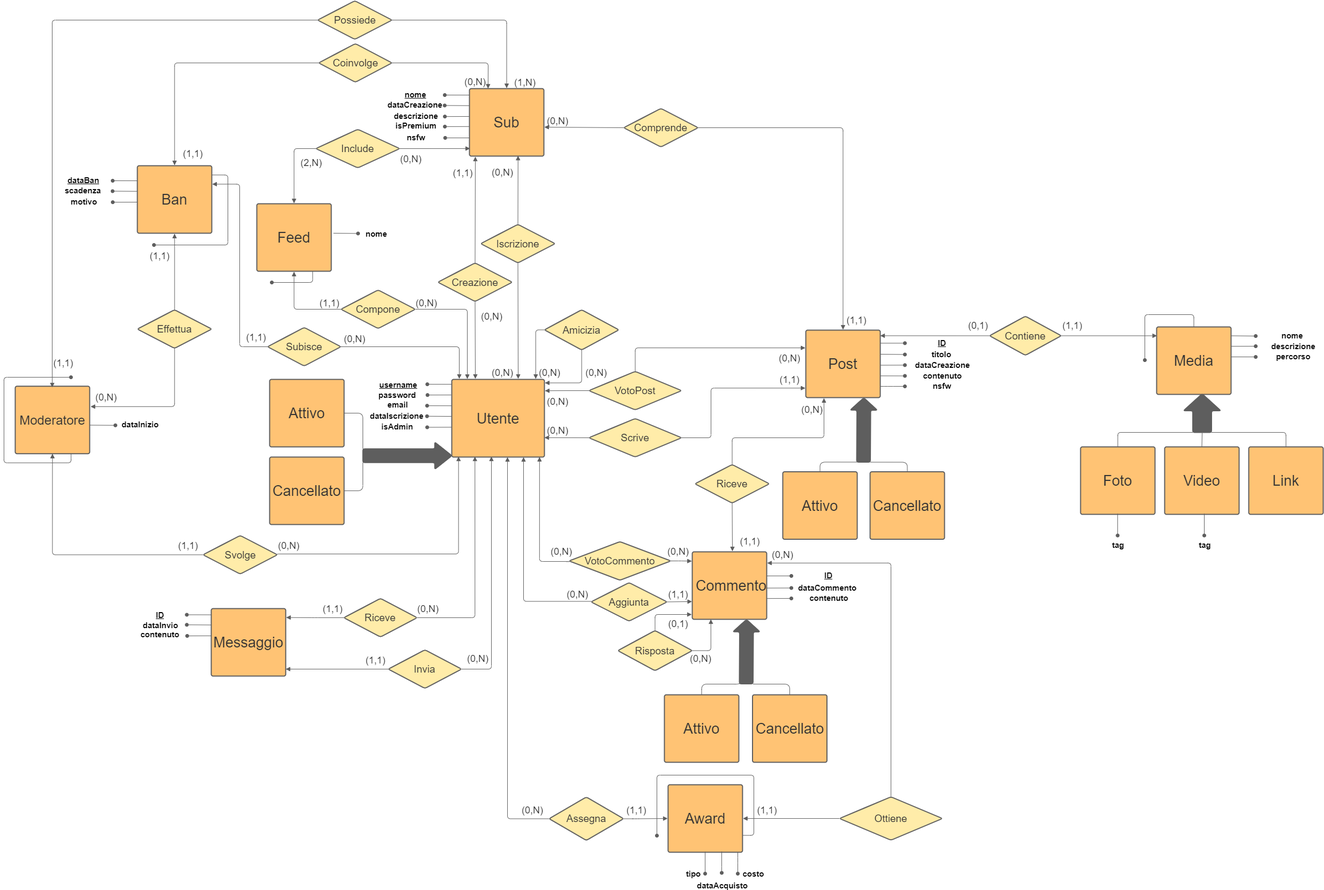
Before: ER_iniziale.png, a diagram exported from draw.io (LucaPolese/Leddit). Source tidied: cells renumbered, new cells last; positions are measured from the earlier drawing's top-left corner, leaving out a move shared by most shapes.
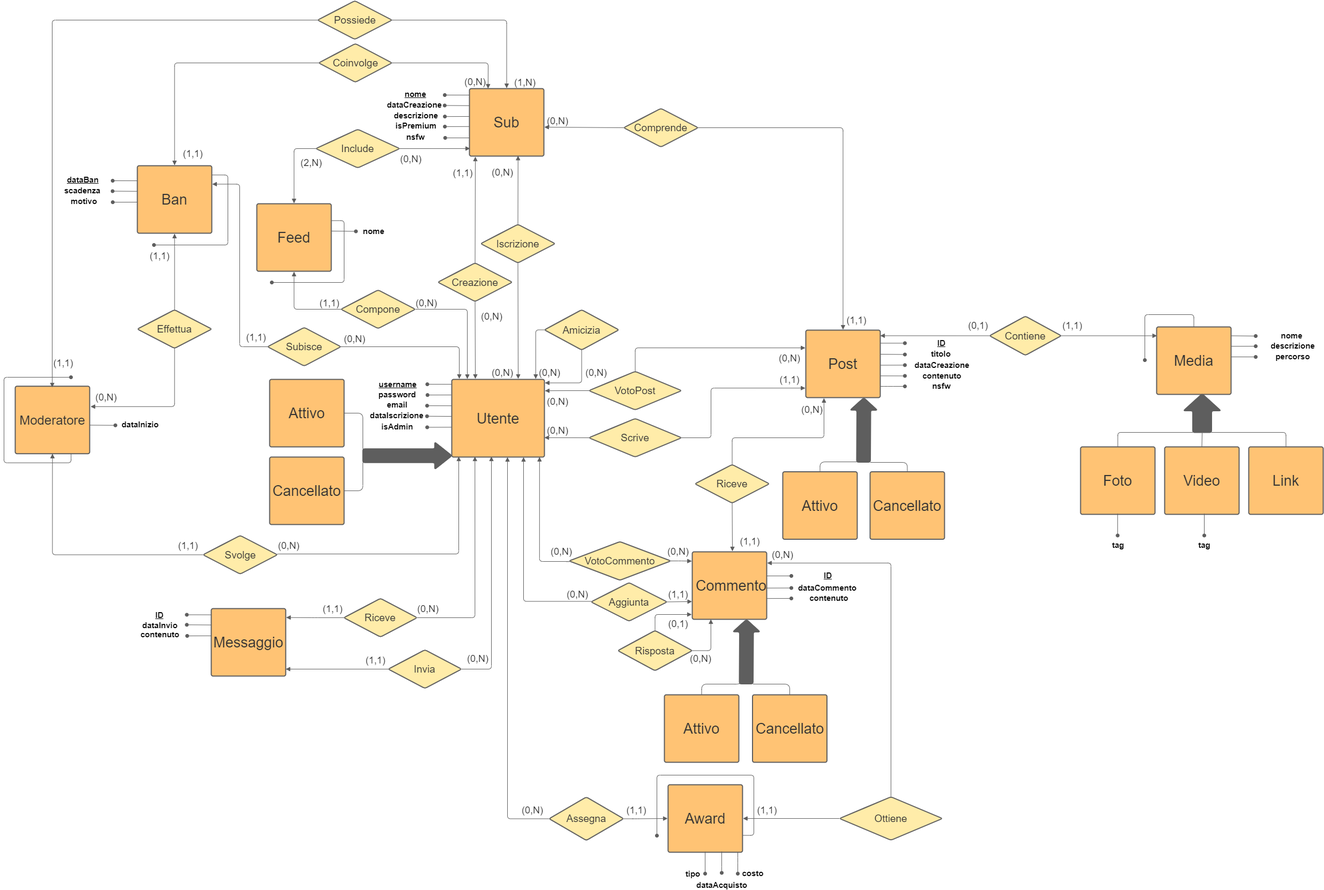
The same diagram one commit later.

The edit, as a diff of the source:
```diff
@@ -706,8 +706,8 @@
     </mxCell>
     <mxCell id="167" style="endArrow=oval;html=1;startArrow=none;startFill=0;strokeColor=#5e5e5e;endFill=1;" parent="1" edge="1">
       <mxGeometry relative="1" as="geometry">
-        <mxPoint x="615" y="434" as="sourcePoint" />
-        <mxPoint x="661" y="434.5" as="targetPoint" />
+        <mxPoint x="611" y="430" as="sourcePoint" />
+        <mxPoint x="657" y="430.5" as="targetPoint" />
       </mxGeometry>
     </mxCell>
     <mxCell id="168" value="nome" style="edgeLabel;html=1;align=center;verticalAlign=middle;fontSize=15;fontStyle=1;" parent="167" vertex="1">
@@ -715,11 +715,12 @@
         <mxPoint x="67.3" y="-0.1" as="offset" />
       </mxGeometry>
     </mxCell>
-    <mxCell id="169" style="html=1;jettySize=18;whiteSpace=wrap;fontSize=11;strokeColor=#5E5E5E;rounded=1;arcSize=12;edgeStyle=orthogonalEdgeStyle;startArrow=none;endArrow=oval;endFill=1;exitX=0.75;exitY=1;exitDx=0;exitDy=0;" parent="1" edge="1" source="39">
+    <mxCell id="169" style="html=1;jettySize=18;whiteSpace=wrap;fontSize=11;strokeColor=#5E5E5E;rounded=1;arcSize=12;edgeStyle=orthogonalEdgeStyle;startArrow=none;endArrow=oval;endFill=1;exitX=1;exitY=0.25;exitDx=0;exitDy=0;" parent="1" edge="1" source="39">
       <mxGeometry relative="1" as="geometry">
         <mxPoint x="500" y="526" as="targetPoint" />
         <Array as="points">
-          <mxPoint x="576" y="526" />
+          <mxPoint x="635" y="411" />
+          <mxPoint x="635" y="526" />
         </Array>
       </mxGeometry>
     </mxCell>
```
